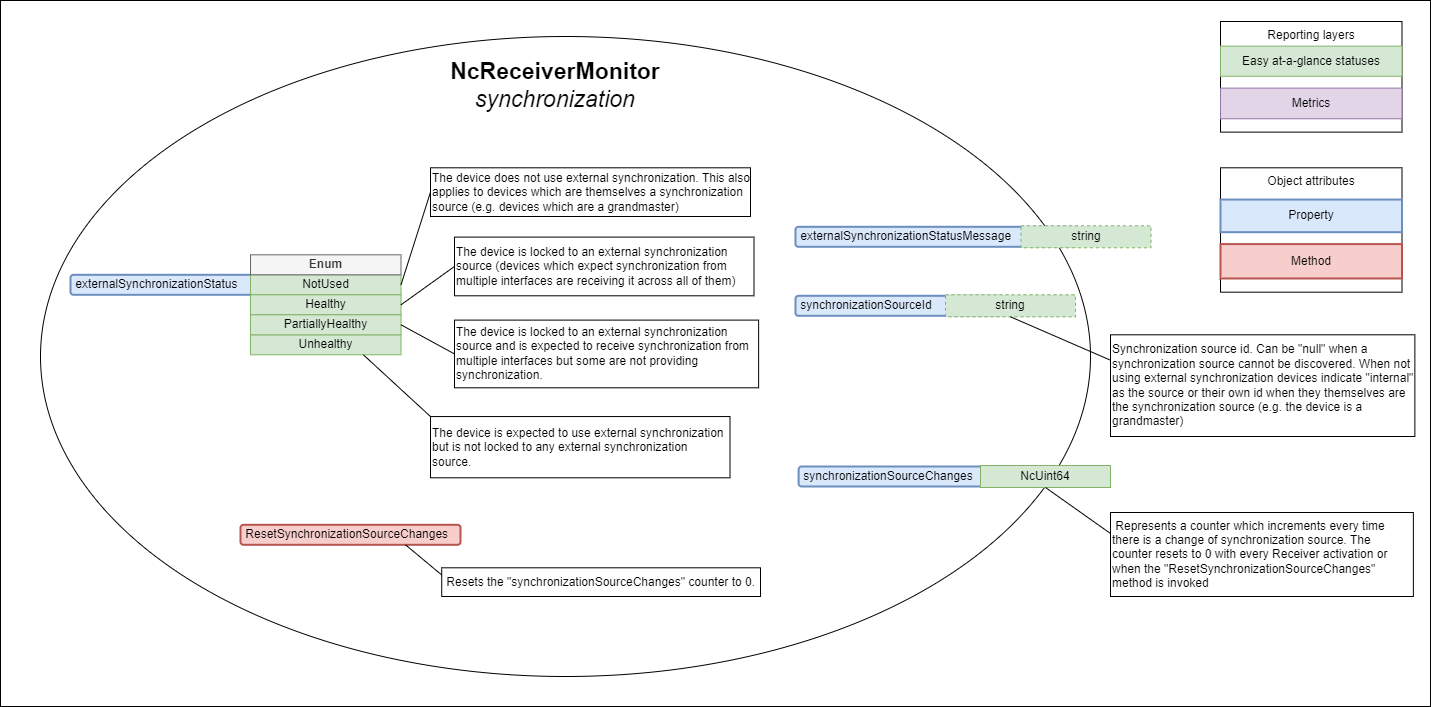
Above: docs/images/receiver-model-synchronization.png in AMWA-TV/bcp-008-01 (draw.io), before the change. Source tidied: cells renumbered, new cells last; positions are measured from the earlier drawing's top-left corner, leaving out a move shared by most shapes.
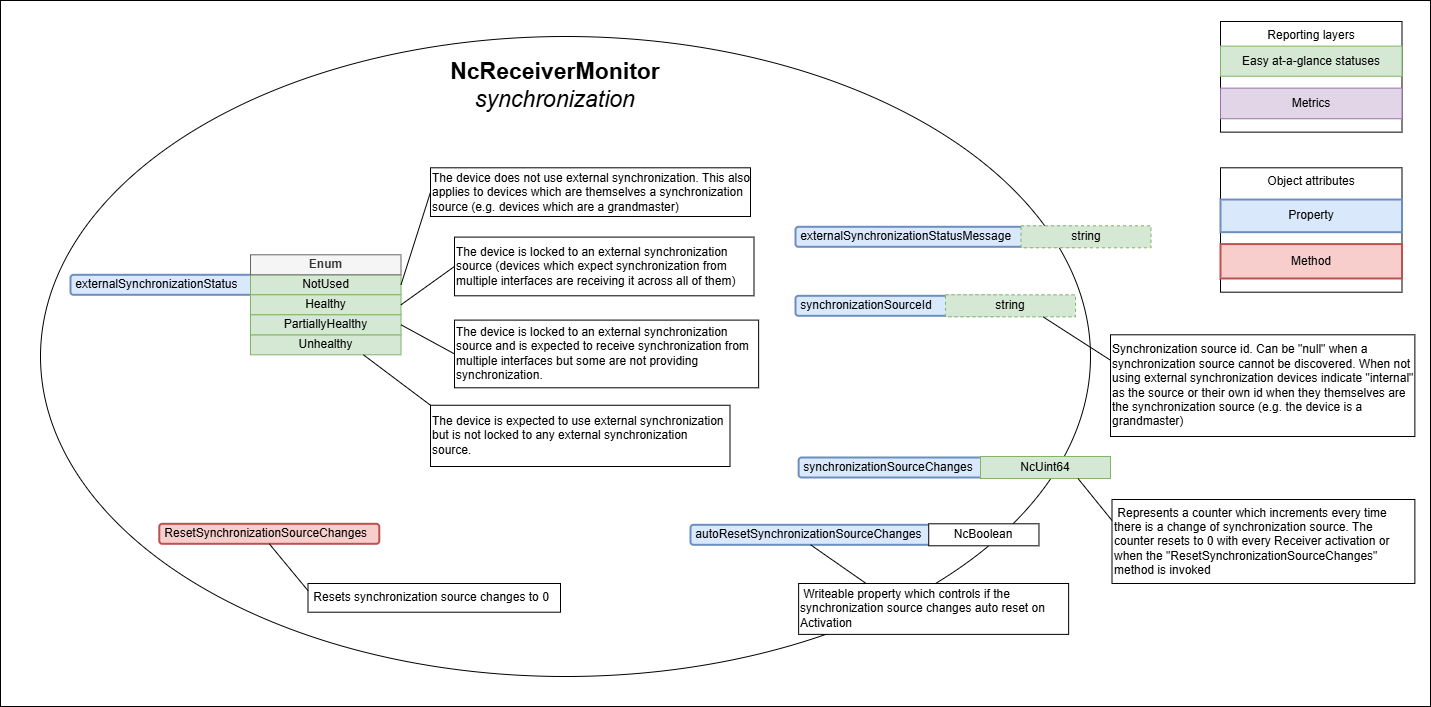
After the change.

Commit message:
Add autoResetSynchronizationSourceChanges property

The edit, as a diff of the source:
```diff
@@ -56,7 +56,7 @@
     <mxCell id="19" value="Synchronization source id. Can be &quot;null&quot; when a synchronization source cannot be discovered. When not using external synchronization devices indicate &quot;internal&quot; as the source or their own id when they themselves are the synchronization source (e.g. the device is a grandmaster)" style="text;html=1;strokeColor=default;fillColor=default;align=left;verticalAlign=middle;whiteSpace=wrap;rounded=0;" parent="1" vertex="1">
       <mxGeometry x="1110" y="334.3" width="304.4" height="101.7" as="geometry" />
     </mxCell>
-    <mxCell id="20" style="endArrow=none;html=1;rounded=0;entryX=0;entryY=0.25;entryDx=0;entryDy=0;exitX=0.5;exitY=1;exitDx=0;exitDy=0;" parent="1" edge="1" source="16" target="19">
+    <mxCell id="20" style="endArrow=none;html=1;rounded=0;entryX=0;entryY=0.25;entryDx=0;entryDy=0;exitX=0.75;exitY=1;exitDx=0;exitDy=0;" parent="1" edge="1" source="16" target="19">
       <mxGeometry relative="1" as="geometry" />
     </mxCell>
     <mxCell id="21" value="The device does not use external synchronization. This also applies to devices which are themselves a synchronization source (e.g. devices which are a grandmaster)" style="text;html=1;strokeColor=default;fillColor=default;align=left;verticalAlign=middle;whiteSpace=wrap;rounded=0;" parent="1" vertex="1">
@@ -66,7 +66,7 @@
       <mxGeometry relative="1" as="geometry" />
     </mxCell>
     <mxCell id="23" value="The device is expected to use external synchronization but is not locked to any external synchronization source." style="text;html=1;strokeColor=default;fillColor=default;align=left;verticalAlign=middle;whiteSpace=wrap;rounded=0;" parent="1" vertex="1">
-      <mxGeometry x="430" y="416" width="299.5" height="61.2" as="geometry" />
+      <mxGeometry x="430" y="404.8" width="299.5" height="61.2" as="geometry" />
     </mxCell>
     <mxCell id="24" style="endArrow=none;html=1;rounded=0;entryX=0;entryY=0;entryDx=0;entryDy=0;exitX=0.75;exitY=1;exitDx=0;exitDy=0;" parent="1" edge="1" source="14" target="23">
       <mxGeometry relative="1" as="geometry" />
@@ -90,25 +90,37 @@
       <mxGeometry relative="1" as="geometry" />
     </mxCell>
     <mxCell id="31" value="&amp;nbsp;ResetSynchronizationSourceChanges" style="rounded=1;whiteSpace=wrap;html=1;align=left;fillColor=#f8cecc;strokeColor=#b85450;strokeWidth=2;" parent="1" vertex="1">
-      <mxGeometry x="240" y="524.3" width="220" height="20" as="geometry" />
+      <mxGeometry x="158.8" y="523.3" width="220" height="20" as="geometry" />
     </mxCell>
-    <mxCell id="32" value="&amp;nbsp;Resets the &quot;synchronizationSourceChanges&quot; counter to 0." style="text;html=1;strokeColor=default;fillColor=default;align=left;verticalAlign=middle;whiteSpace=wrap;rounded=0;" parent="1" vertex="1">
-      <mxGeometry x="441.2" y="567.3" width="318.8" height="28.7" as="geometry" />
+    <mxCell id="32" value="&amp;nbsp;Resets synchronization source changes to 0" style="text;html=1;strokeColor=default;fillColor=default;align=left;verticalAlign=middle;whiteSpace=wrap;rounded=0;" parent="1" vertex="1">
+      <mxGeometry x="307.5" y="583" width="252.5" height="28.7" as="geometry" />
     </mxCell>
-    <mxCell id="33" style="endArrow=none;html=1;rounded=0;entryX=0;entryY=0.25;entryDx=0;entryDy=0;exitX=0.75;exitY=1;exitDx=0;exitDy=0;" parent="1" edge="1" source="31" target="32">
+    <mxCell id="33" style="endArrow=none;html=1;rounded=0;entryX=0;entryY=0.25;entryDx=0;entryDy=0;exitX=0.5;exitY=1;exitDx=0;exitDy=0;" parent="1" edge="1" source="31" target="32">
       <mxGeometry relative="1" as="geometry" />
     </mxCell>
     <mxCell id="34" value="&amp;nbsp;synchronizationSourceChanges" style="rounded=1;whiteSpace=wrap;html=1;align=left;fillColor=#dae8fc;strokeColor=#6c8ebf;strokeWidth=2;" parent="1" vertex="1">
-      <mxGeometry x="798.1" y="466" width="206.5" height="20" as="geometry" />
+      <mxGeometry x="798.1" y="457" width="206.5" height="20" as="geometry" />
     </mxCell>
     <mxCell id="35" value="NcUint64" style="rounded=0;whiteSpace=wrap;html=1;fillColor=#d5e8d4;strokeColor=#82b366;" parent="1" vertex="1">
-      <mxGeometry x="980" y="465" width="130" height="22" as="geometry" />
+      <mxGeometry x="980" y="456" width="130" height="22" as="geometry" />
     </mxCell>
     <mxCell id="36" value="&amp;nbsp;Represents a counter which increments every time there is a change of synchronization source. The counter resets to 0 with every Receiver activation or when the &quot;ResetSynchronizationSourceChanges&quot; method is invoked" style="text;html=1;strokeColor=default;fillColor=default;align=left;verticalAlign=middle;whiteSpace=wrap;rounded=0;" parent="1" vertex="1">
-      <mxGeometry x="1110" y="512" width="302.9" height="84" as="geometry" />
+      <mxGeometry x="1111.5" y="499" width="302.9" height="84" as="geometry" />
     </mxCell>
-    <mxCell id="37" style="endArrow=none;html=1;rounded=0;entryX=0;entryY=0.25;entryDx=0;entryDy=0;exitX=0.5;exitY=1;exitDx=0;exitDy=0;" parent="1" edge="1" source="35" target="36">
+    <mxCell id="37" style="endArrow=none;html=1;rounded=0;entryX=0;entryY=0.25;entryDx=0;entryDy=0;exitX=0.75;exitY=1;exitDx=0;exitDy=0;" parent="1" edge="1" source="35" target="36">
       <mxGeometry relative="1" as="geometry" />
     </mxCell>
+    <mxCell id="38" value="&amp;nbsp;autoResetSynchronizationSourceChanges" style="rounded=1;whiteSpace=wrap;html=1;align=left;fillColor=#dae8fc;strokeColor=#6c8ebf;strokeWidth=2;" parent="1" vertex="1">
+      <mxGeometry x="690" y="524.3" width="240.2" height="20" as="geometry" />
+    </mxCell>
+    <mxCell id="39" value="NcBoolean" style="rounded=0;whiteSpace=wrap;html=1;" parent="1" vertex="1">
+      <mxGeometry x="928.2" y="523.3" width="110.2" height="22" as="geometry" />
+    </mxCell>
+    <mxCell id="40" value="&amp;nbsp;Writeable property which controls if the synchronization source changes auto reset on Activation" style="text;html=1;strokeColor=default;fillColor=default;align=left;verticalAlign=middle;whiteSpace=wrap;rounded=0;" parent="1" vertex="1">
+      <mxGeometry x="798.1" y="583" width="270" height="50.9" as="geometry" />
+    </mxCell>
+    <mxCell id="41" style="endArrow=none;html=1;rounded=0;entryX=0.25;entryY=0;entryDx=0;entryDy=0;exitX=0.5;exitY=1;exitDx=0;exitDy=0;" parent="1" edge="1" source="38" target="40">
+      <mxGeometry relative="1" as="geometry" />
+    </mxCell>
   </root>
 </mxGraphModel>
```
